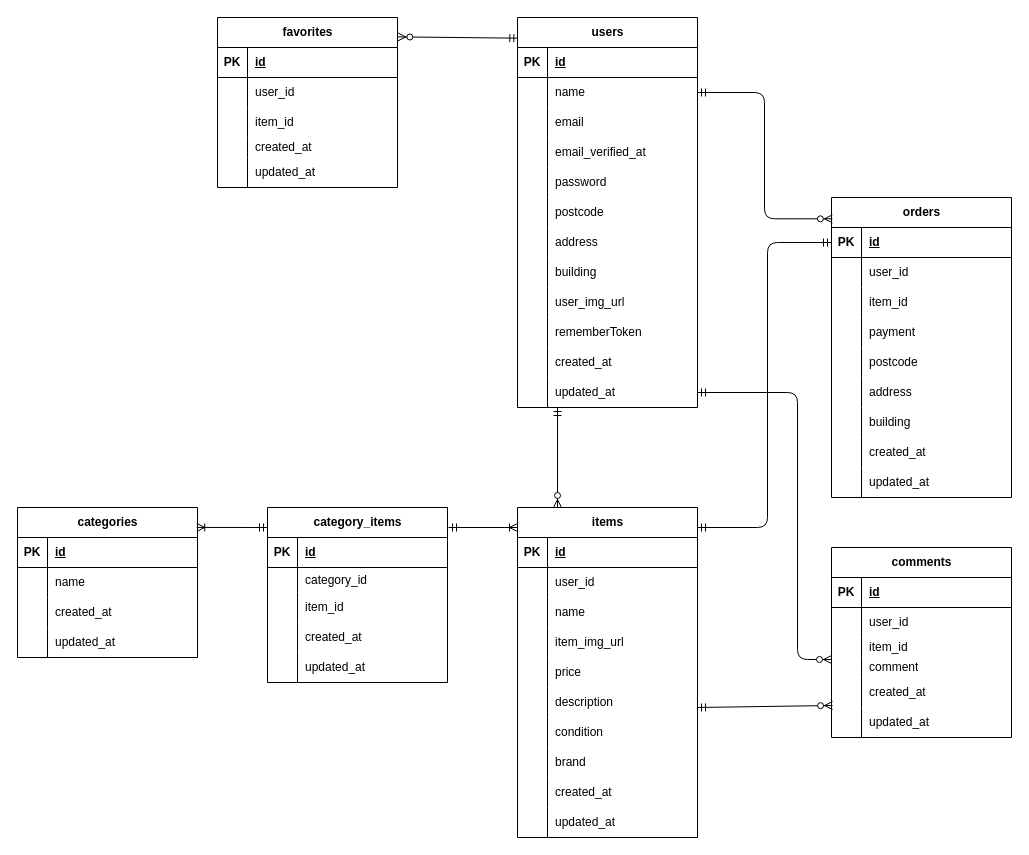
yu1021-soni/test2 keeps this draw.io diagram as test2.drawio. Above is the earlier version. Source tidied: cells renumbered, new cells numbered last; positions are measured from the earlier drawing's top-left corner, leaving out a move shared by most shapes. Both pictures are drawn from the tidied source at 100%, with x=0, y=0 at pixel (17, 17).
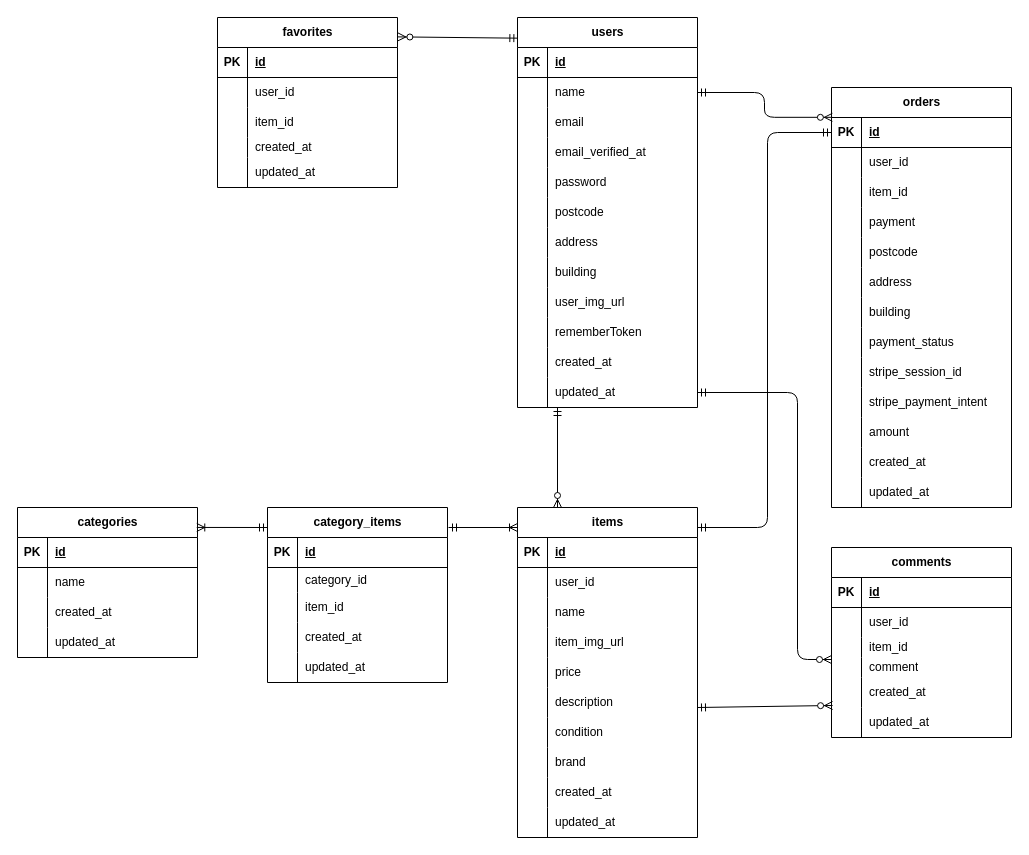
After the change.

Commit message (it also covers changes not shown here):
ER図　stripe

What changed in the source:
```diff
@@
     <mxCell id="68" value="orders" style="shape=table;startSize=30;childLayout=tableLayout;rowLines=0;fontStyle=1;align=center;html=1;" parent="1" vertex="1">
-      <mxGeometry x="814" y="180" width="180" height="300" as="geometry" />
+      <mxGeometry x="814" y="70" width="180" height="420" as="geometry" />
     </mxCell>
@@
+    <mxCell id="170" style="shape=tableRow;horizontal=0;startSize=0;swimlaneHead=0;swimlaneBody=0;fillColor=none;top=0;left=0;right=0;bottom=0;" parent="68" vertex="1">
+      <mxGeometry y="240" width="180" height="30" as="geometry" />
+    </mxCell>
+    <mxCell id="171" style="shape=partialRectangle;fillColor=none;top=0;left=0;bottom=0;right=0;overflow=hidden;whiteSpace=wrap;html=1;" parent="170" vertex="1">
+      <mxGeometry width="30" height="30" as="geometry" />
+    </mxCell>
+    <mxCell id="172" value="payment_status" style="shape=partialRectangle;fillColor=none;top=0;left=0;bottom=0;right=0;align=left;spacingLeft=6;overflow=hidden;whiteSpace=wrap;html=1;" parent="170" vertex="1">
+      <mxGeometry x="30" width="150" height="30" as="geometry" />
+    </mxCell>
+    <mxCell id="173" style="shape=tableRow;horizontal=0;startSize=0;swimlaneHead=0;swimlaneBody=0;fillColor=none;top=0;left=0;right=0;bottom=0;" parent="68" vertex="1">
+      <mxGeometry y="270" width="180" height="30" as="geometry" />
+    </mxCell>
+    <mxCell id="174" style="shape=partialRectangle;fillColor=none;top=0;left=0;bottom=0;right=0;overflow=hidden;whiteSpace=wrap;html=1;" parent="173" vertex="1">
+      <mxGeometry width="30" height="30" as="geometry" />
+    </mxCell>
+    <mxCell id="175" value="stripe_session_id" style="shape=partialRectangle;fillColor=none;top=0;left=0;bottom=0;right=0;align=left;spacingLeft=6;overflow=hidden;whiteSpace=wrap;html=1;" parent="173" vertex="1">
+      <mxGeometry x="30" width="150" height="30" as="geometry" />
+    </mxCell>
+    <mxCell id="176" style="shape=tableRow;horizontal=0;startSize=0;swimlaneHead=0;swimlaneBody=0;fillColor=none;top=0;left=0;right=0;bottom=0;" parent="68" vertex="1">
+      <mxGeometry y="300" width="180" height="30" as="geometry" />
+    </mxCell>
+    <mxCell id="177" style="shape=partialRectangle;fillColor=none;top=0;left=0;bottom=0;right=0;overflow=hidden;whiteSpace=wrap;html=1;" parent="176" vertex="1">
+      <mxGeometry width="30" height="30" as="geometry" />
+    </mxCell>
+    <mxCell id="178" value="stripe_payment_intent" style="shape=partialRectangle;fillColor=none;top=0;left=0;bottom=0;right=0;align=left;spacingLeft=6;overflow=hidden;whiteSpace=wrap;html=1;" parent="176" vertex="1">
+      <mxGeometry x="30" width="150" height="30" as="geometry" />
+    </mxCell>
+    <mxCell id="179" style="shape=tableRow;horizontal=0;startSize=0;swimlaneHead=0;swimlaneBody=0;fillColor=none;top=0;left=0;right=0;bottom=0;" parent="68" vertex="1">
+      <mxGeometry y="330" width="180" height="30" as="geometry" />
+    </mxCell>
+    <mxCell id="180" style="shape=partialRectangle;fillColor=none;top=0;left=0;bottom=0;right=0;overflow=hidden;whiteSpace=wrap;html=1;" parent="179" vertex="1">
+      <mxGeometry width="30" height="30" as="geometry" />
+    </mxCell>
+    <mxCell id="181" value="amount" style="shape=partialRectangle;fillColor=none;top=0;left=0;bottom=0;right=0;align=left;spacingLeft=6;overflow=hidden;whiteSpace=wrap;html=1;" parent="179" vertex="1">
+      <mxGeometry x="30" width="150" height="30" as="geometry" />
+    </mxCell>
     <mxCell id="90" style="shape=tableRow;horizontal=0;startSize=0;swimlaneHead=0;swimlaneBody=0;fillColor=none;top=0;left=0;right=0;bottom=0;" parent="68" vertex="1">
-      <mxGeometry y="240" width="180" height="30" as="geometry" />
+      <mxGeometry y="360" width="180" height="30" as="geometry" />
     </mxCell>
@@
     <mxCell id="93" style="shape=tableRow;horizontal=0;startSize=0;swimlaneHead=0;swimlaneBody=0;fillColor=none;top=0;left=0;right=0;bottom=0;" parent="68" vertex="1">
-      <mxGeometry y="270" width="180" height="30" as="geometry" />
+      <mxGeometry y="390" width="180" height="30" as="geometry" />
     </mxCell>
```
